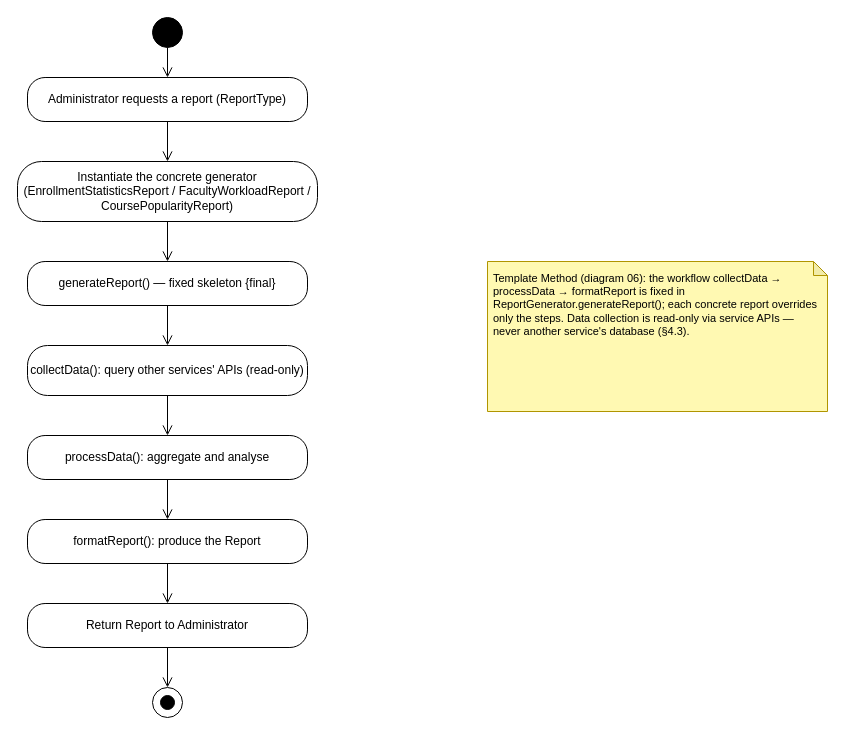
Before: Diagrams/Activity_diagrams/act-8-reporting.drawio in Tharusha-dev/soft_architect_redda, a draw.io diagram. Source tidied: cells renumbered, new cells numbered last; positions are measured from the earlier drawing's top-left corner, leaving out a move shared by most shapes. Both pictures are drawn from the tidied source at 100%, with x=0, y=0 at pixel (17, 17).
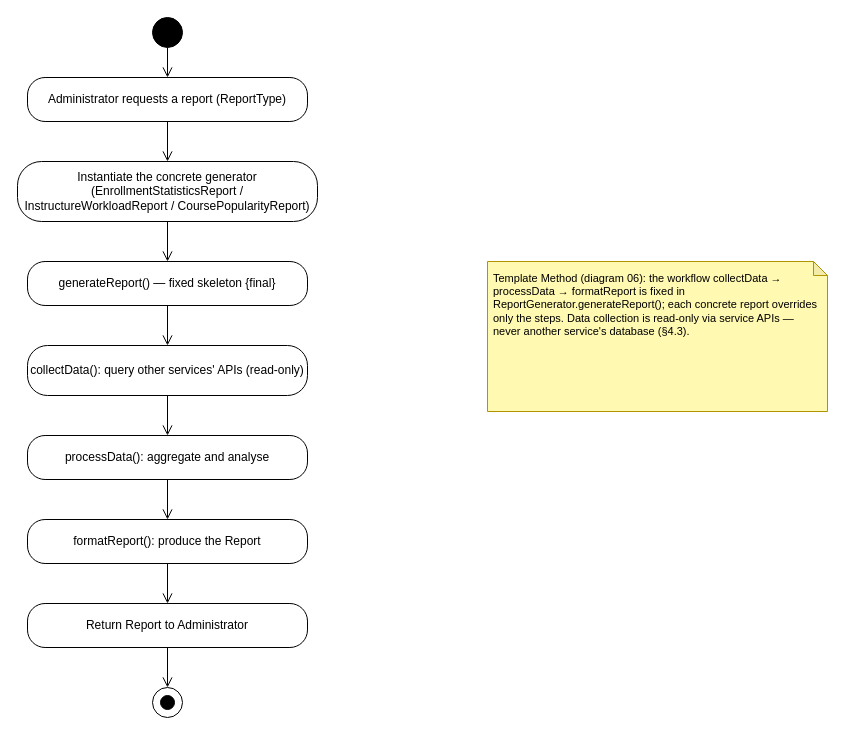
The same diagram, later.

Diff of the diagram source:
```diff
@@
-    <mxCell id="4" value="Instantiate the concrete generator (EnrollmentStatisticsReport / FacultyWorkloadReport / CoursePopularityReport)" style="rounded=1;whiteSpace=wrap;html=1;arcSize=40;" parent="1" vertex="1">
+    <mxCell id="4" value="Instantiate the concrete generator (EnrollmentStatisticsReport / InstructureWorkloadReport / CoursePopularityReport)" style="rounded=1;whiteSpace=wrap;html=1;arcSize=40;" parent="1" vertex="1">
       <mxGeometry y="144" width="300" height="60" as="geometry" />
     </mxCell>
```
